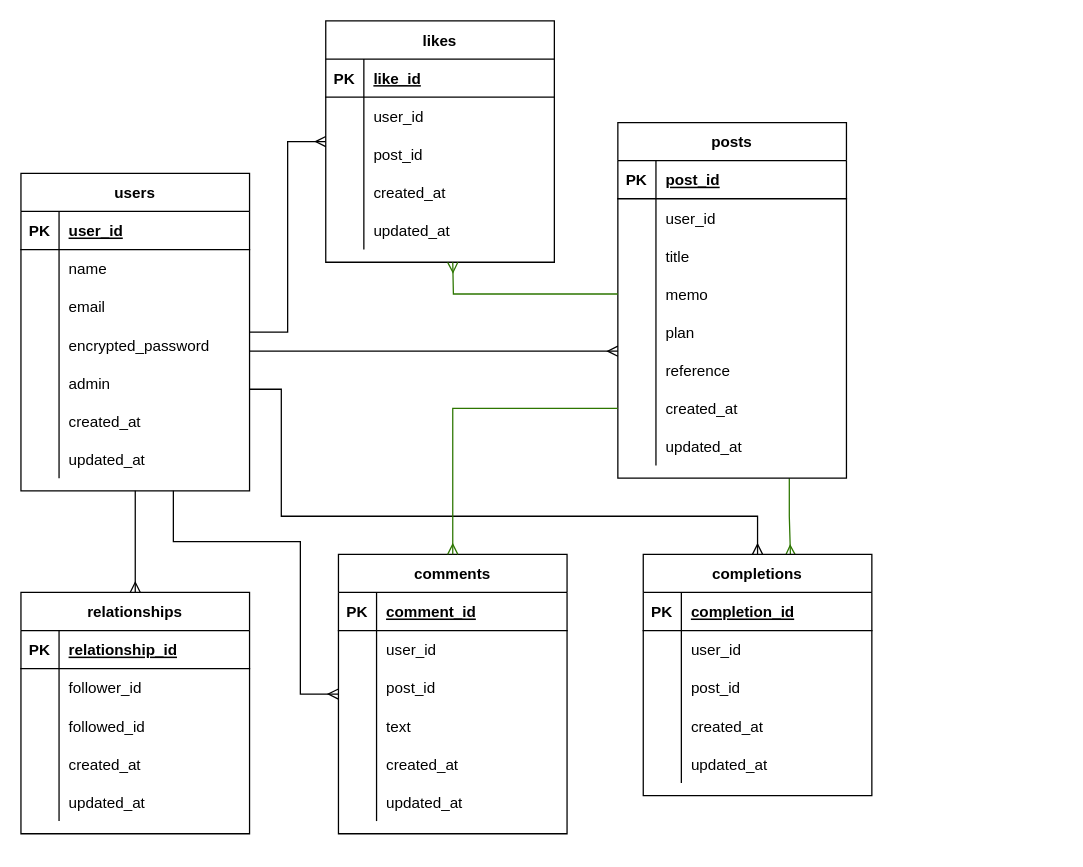
This is book.dio from yohei95/book_app, a draw.io file, before an edit. Source tidied: cells renumbered, new cells numbered last; positions are measured from the earlier drawing's top-left corner, leaving out a move shared by most shapes. Both pictures are drawn from the tidied source at 127%, with x=0, y=0 at pixel (20, 20).
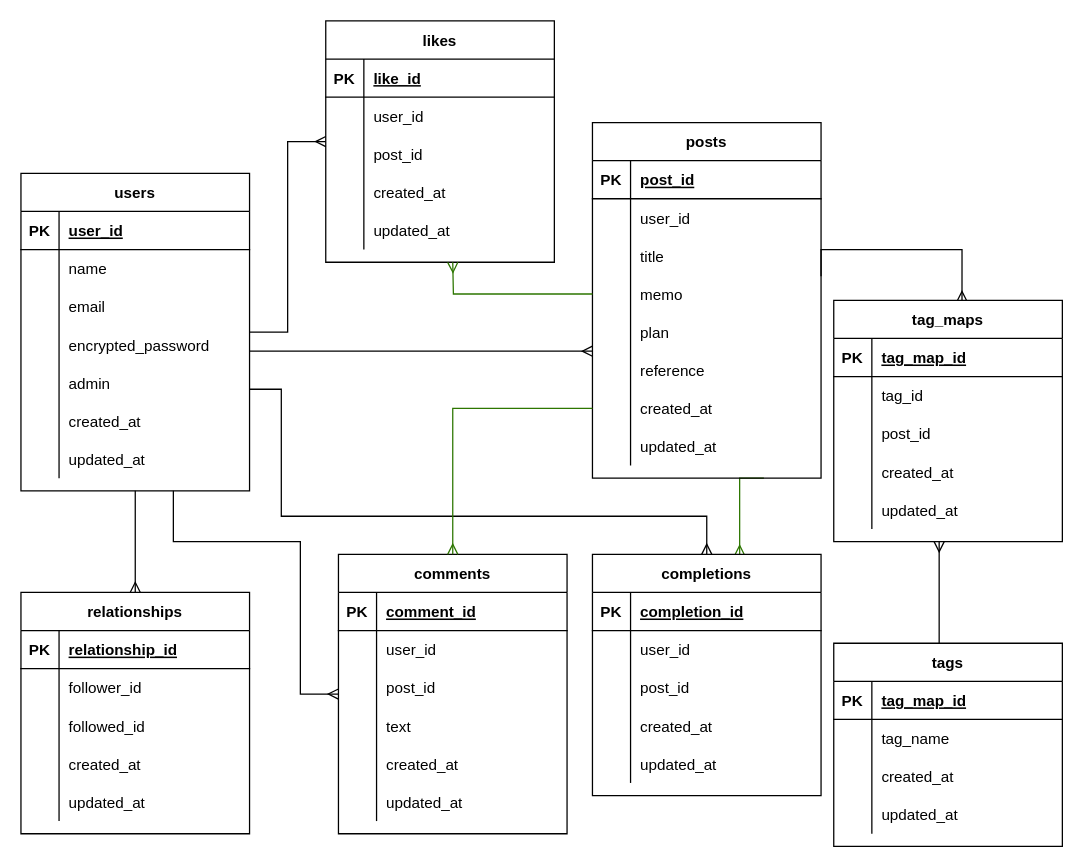
The same page after the edit.

The change refers to these unchanged cells:
```xml
<mxCell id="40" style="shape=partialRectangle;fillColor=none;top=0;left=0;bottom=0;right=0;points=[[0,0.5],[1,0.5]];portConstraint=eastwest;" parent="30" vertex="1">
  <mxGeometry y="120" width="180" height="30" as="geometry" />
</mxCell>
```

What changed in the source:
```diff
@@
     <mxCell id="29" style="edgeStyle=orthogonalEdgeStyle;rounded=0;jettySize=auto;html=1;exitX=0.75;exitY=1;exitDx=0;exitDy=0;entryX=0.644;entryY=0.005;entryDx=0;entryDy=0;entryPerimeter=0;endArrow=ERmany;endFill=0;strokeColor=#2D7600;fillColor=#60a917;" parent="1" edge="1" source="30" target="71">
       <mxGeometry relative="1" as="geometry">
         <Array as="points">
-          <mxPoint x="605" y="390" />
+          <mxPoint x="566" y="360" />
         </Array>
       </mxGeometry>
     </mxCell>
     <mxCell id="30" value="posts" style="shape=table;startSize=30;childLayout=tableLayout;rowLines=0;fontStyle=1;align=center;" parent="1" vertex="1">
-      <mxGeometry x="470" y="80" width="180" height="280" as="geometry" />
+      <mxGeometry x="450" y="80" width="180" height="280" as="geometry" />
     </mxCell>
@@
+    <mxCell id="124" style="edgeStyle=orthogonalEdgeStyle;rounded=0;jettySize=auto;html=1;exitX=1;exitY=0.033;exitDx=0;exitDy=0;exitPerimeter=0;entryX=0.561;entryY=0.005;entryDx=0;entryDy=0;entryPerimeter=0;endArrow=ERmany;endFill=0;" parent="1" edge="1" source="40" target="126">
+      <mxGeometry relative="1" as="geometry" />
+    </mxCell>
     <mxCell id="71" value="completions" style="shape=table;startSize=30;childLayout=tableLayout;rowLines=0;fontStyle=1;align=center;" parent="1" vertex="1">
-      <mxGeometry x="490" y="420" width="180" height="190" as="geometry" />
+      <mxGeometry x="450" y="420" width="180" height="190" as="geometry" />
     </mxCell>
@@
+    <mxCell id="125" style="edgeStyle=orthogonalEdgeStyle;rounded=0;orthogonalLoop=1;jettySize=auto;html=1;endArrow=ERmany;endFill=0;" parent="1" edge="1">
+      <mxGeometry relative="1" as="geometry">
+        <mxPoint x="723" y="490" as="sourcePoint" />
+        <mxPoint x="723" y="410" as="targetPoint" />
+      </mxGeometry>
+    </mxCell>
+    <mxCell id="126" value="tag_maps" style="shape=table;startSize=30;childLayout=tableLayout;rowLines=0;fontStyle=1;align=center;" parent="1" vertex="1">
+      <mxGeometry x="640" y="220" width="180" height="190" as="geometry" />
+    </mxCell>
+    <mxCell id="127" style="shape=partialRectangle;fillColor=none;top=0;left=0;bottom=1;right=0;" parent="126" vertex="1">
+      <mxGeometry y="30" width="180" height="30" as="geometry" />
+    </mxCell>
+    <mxCell id="128" value="PK" style="shape=partialRectangle;fillColor=none;top=0;left=0;bottom=0;right=0;fontStyle=1;overflow=hidden;" parent="127" vertex="1">
+      <mxGeometry width="30" height="30" as="geometry" />
+    </mxCell>
+    <mxCell id="129" value="tag_map_id" style="shape=partialRectangle;fillColor=none;top=0;left=0;bottom=0;right=0;align=left;spacingLeft=6;fontStyle=5;overflow=hidden;" parent="127" vertex="1">
+      <mxGeometry x="30" width="150" height="30" as="geometry" />
+    </mxCell>
+    <mxCell id="130" style="shape=partialRectangle;fillColor=none;top=0;left=0;bottom=0;right=0;" parent="126" vertex="1">
+      <mxGeometry y="60" width="180" height="30" as="geometry" />
+    </mxCell>
+    <mxCell id="131" style="shape=partialRectangle;fillColor=none;top=0;left=0;bottom=0;right=0;overflow=hidden;" parent="130" vertex="1">
+      <mxGeometry width="30" height="30" as="geometry" />
+    </mxCell>
+    <mxCell id="132" value="tag_id" style="shape=partialRectangle;fillColor=none;top=0;left=0;bottom=0;right=0;align=left;spacingLeft=6;overflow=hidden;" parent="130" vertex="1">
+      <mxGeometry x="30" width="150" height="30" as="geometry" />
+    </mxCell>
+    <mxCell id="133" style="shape=partialRectangle;fillColor=none;top=0;left=0;bottom=0;right=0;" parent="126" vertex="1">
+      <mxGeometry y="90" width="180" height="30" as="geometry" />
+    </mxCell>
+    <mxCell id="134" style="shape=partialRectangle;fillColor=none;top=0;left=0;bottom=0;right=0;overflow=hidden;" parent="133" vertex="1">
+      <mxGeometry width="30" height="30" as="geometry" />
+    </mxCell>
+    <mxCell id="135" value="post_id" style="shape=partialRectangle;fillColor=none;top=0;left=0;bottom=0;right=0;align=left;spacingLeft=6;overflow=hidden;" parent="133" vertex="1">
+      <mxGeometry x="30" width="150" height="30" as="geometry" />
+    </mxCell>
+    <mxCell id="136" style="shape=partialRectangle;fillColor=none;top=0;left=0;bottom=0;right=0;" parent="126" vertex="1">
+      <mxGeometry y="120" width="180" height="30" as="geometry" />
+    </mxCell>
+    <mxCell id="137" style="shape=partialRectangle;fillColor=none;top=0;left=0;bottom=0;right=0;overflow=hidden;" parent="136" vertex="1">
+      <mxGeometry width="30" height="30" as="geometry" />
+    </mxCell>
+    <mxCell id="138" value="created_at" style="shape=partialRectangle;fillColor=none;top=0;left=0;bottom=0;right=0;align=left;spacingLeft=6;overflow=hidden;" parent="136" vertex="1">
+      <mxGeometry x="30" width="150" height="30" as="geometry" />
+    </mxCell>
+    <mxCell id="139" style="shape=partialRectangle;fillColor=none;top=0;left=0;bottom=0;right=0;" parent="126" vertex="1">
+      <mxGeometry y="150" width="180" height="30" as="geometry" />
+    </mxCell>
+    <mxCell id="140" style="shape=partialRectangle;fillColor=none;top=0;left=0;bottom=0;right=0;overflow=hidden;" parent="139" vertex="1">
+      <mxGeometry width="30" height="30" as="geometry" />
+    </mxCell>
+    <mxCell id="141" value="updated_at" style="shape=partialRectangle;fillColor=none;top=0;left=0;bottom=0;right=0;align=left;spacingLeft=6;overflow=hidden;" parent="139" vertex="1">
+      <mxGeometry x="30" width="150" height="30" as="geometry" />
+    </mxCell>
+    <mxCell id="142" value="tags" style="shape=table;startSize=30;childLayout=tableLayout;rowLines=0;fontStyle=1;align=center;" parent="1" vertex="1">
+      <mxGeometry x="640" y="490" width="180" height="160" as="geometry" />
+    </mxCell>
+    <mxCell id="143" style="shape=partialRectangle;fillColor=none;top=0;left=0;bottom=1;right=0;" parent="142" vertex="1">
+      <mxGeometry y="30" width="180" height="30" as="geometry" />
+    </mxCell>
+    <mxCell id="144" value="PK" style="shape=partialRectangle;fillColor=none;top=0;left=0;bottom=0;right=0;fontStyle=1;overflow=hidden;" parent="143" vertex="1">
+      <mxGeometry width="30" height="30" as="geometry" />
+    </mxCell>
+    <mxCell id="145" value="tag_map_id" style="shape=partialRectangle;fillColor=none;top=0;left=0;bottom=0;right=0;align=left;spacingLeft=6;fontStyle=5;overflow=hidden;" parent="143" vertex="1">
+      <mxGeometry x="30" width="150" height="30" as="geometry" />
+    </mxCell>
+    <mxCell id="146" style="shape=partialRectangle;fillColor=none;top=0;left=0;bottom=0;right=0;" parent="142" vertex="1">
+      <mxGeometry y="60" width="180" height="30" as="geometry" />
+    </mxCell>
+    <mxCell id="147" style="shape=partialRectangle;fillColor=none;top=0;left=0;bottom=0;right=0;overflow=hidden;" parent="146" vertex="1">
+      <mxGeometry width="30" height="30" as="geometry" />
+    </mxCell>
+    <mxCell id="148" value="tag_name" style="shape=partialRectangle;fillColor=none;top=0;left=0;bottom=0;right=0;align=left;spacingLeft=6;overflow=hidden;" parent="146" vertex="1">
+      <mxGeometry x="30" width="150" height="30" as="geometry" />
+    </mxCell>
+    <mxCell id="149" style="shape=partialRectangle;fillColor=none;top=0;left=0;bottom=0;right=0;" parent="142" vertex="1">
+      <mxGeometry y="90" width="180" height="30" as="geometry" />
+    </mxCell>
+    <mxCell id="150" style="shape=partialRectangle;fillColor=none;top=0;left=0;bottom=0;right=0;overflow=hidden;" parent="149" vertex="1">
+      <mxGeometry width="30" height="30" as="geometry" />
+    </mxCell>
+    <mxCell id="151" value="created_at" style="shape=partialRectangle;fillColor=none;top=0;left=0;bottom=0;right=0;align=left;spacingLeft=6;overflow=hidden;" parent="149" vertex="1">
+      <mxGeometry x="30" width="150" height="30" as="geometry" />
+    </mxCell>
+    <mxCell id="152" style="shape=partialRectangle;fillColor=none;top=0;left=0;bottom=0;right=0;" parent="142" vertex="1">
+      <mxGeometry y="120" width="180" height="30" as="geometry" />
+    </mxCell>
+    <mxCell id="153" style="shape=partialRectangle;fillColor=none;top=0;left=0;bottom=0;right=0;overflow=hidden;" parent="152" vertex="1">
+      <mxGeometry width="30" height="30" as="geometry" />
+    </mxCell>
+    <mxCell id="154" value="updated_at" style="shape=partialRectangle;fillColor=none;top=0;left=0;bottom=0;right=0;align=left;spacingLeft=6;overflow=hidden;" parent="152" vertex="1">
+      <mxGeometry x="30" width="150" height="30" as="geometry" />
+    </mxCell>
```
